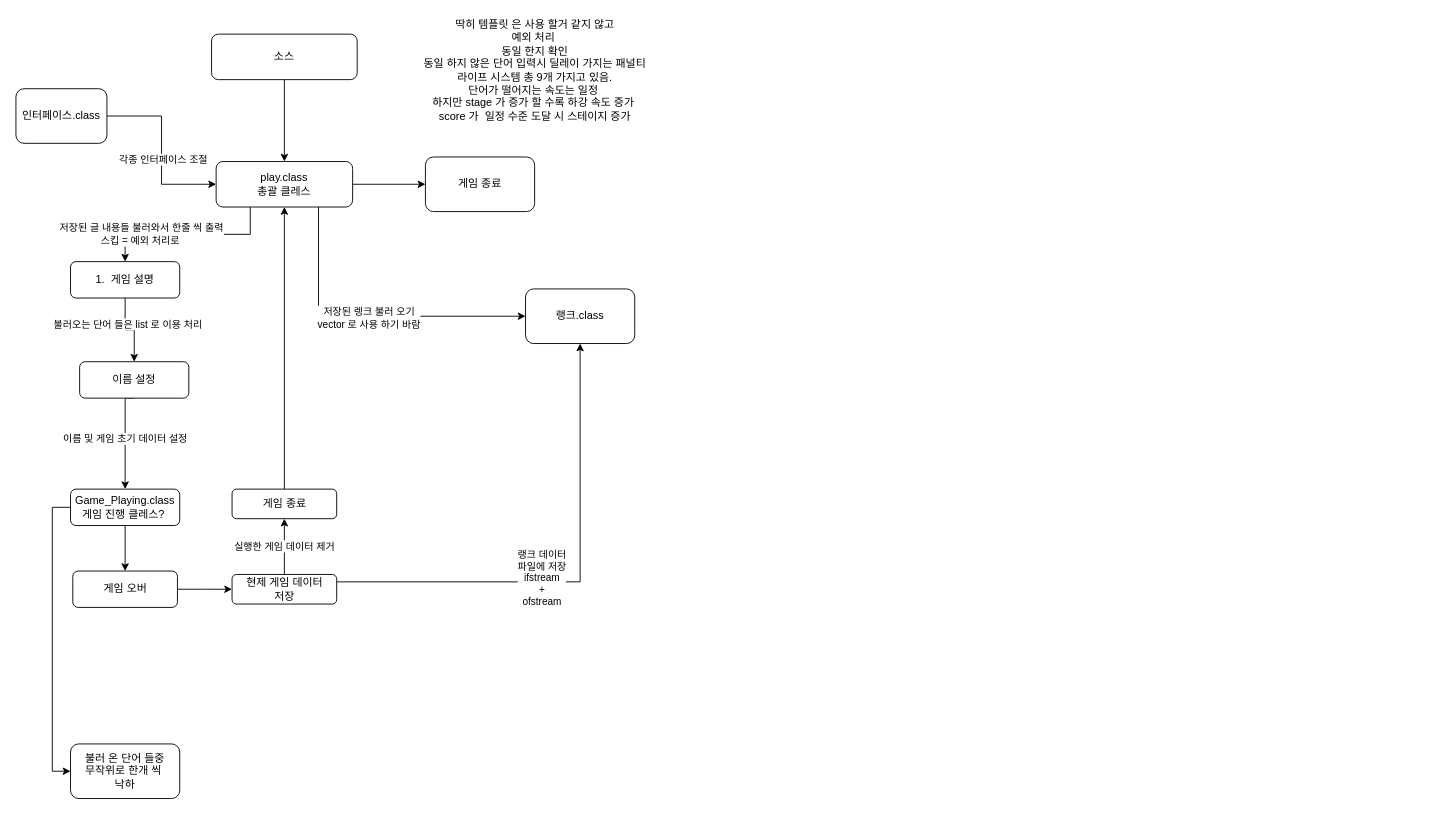
This is 학원으로 가져오기/asdf.drawio from ShinBoWon/Shin_Bo_Won, a draw.io file, before an edit. Source tidied: cells renumbered, new cells numbered last; positions are measured from the earlier drawing's top-left corner, leaving out a move shared by most shapes. Both pictures are drawn from the tidied source at 91%, with x=0, y=0 at pixel (15, 15).
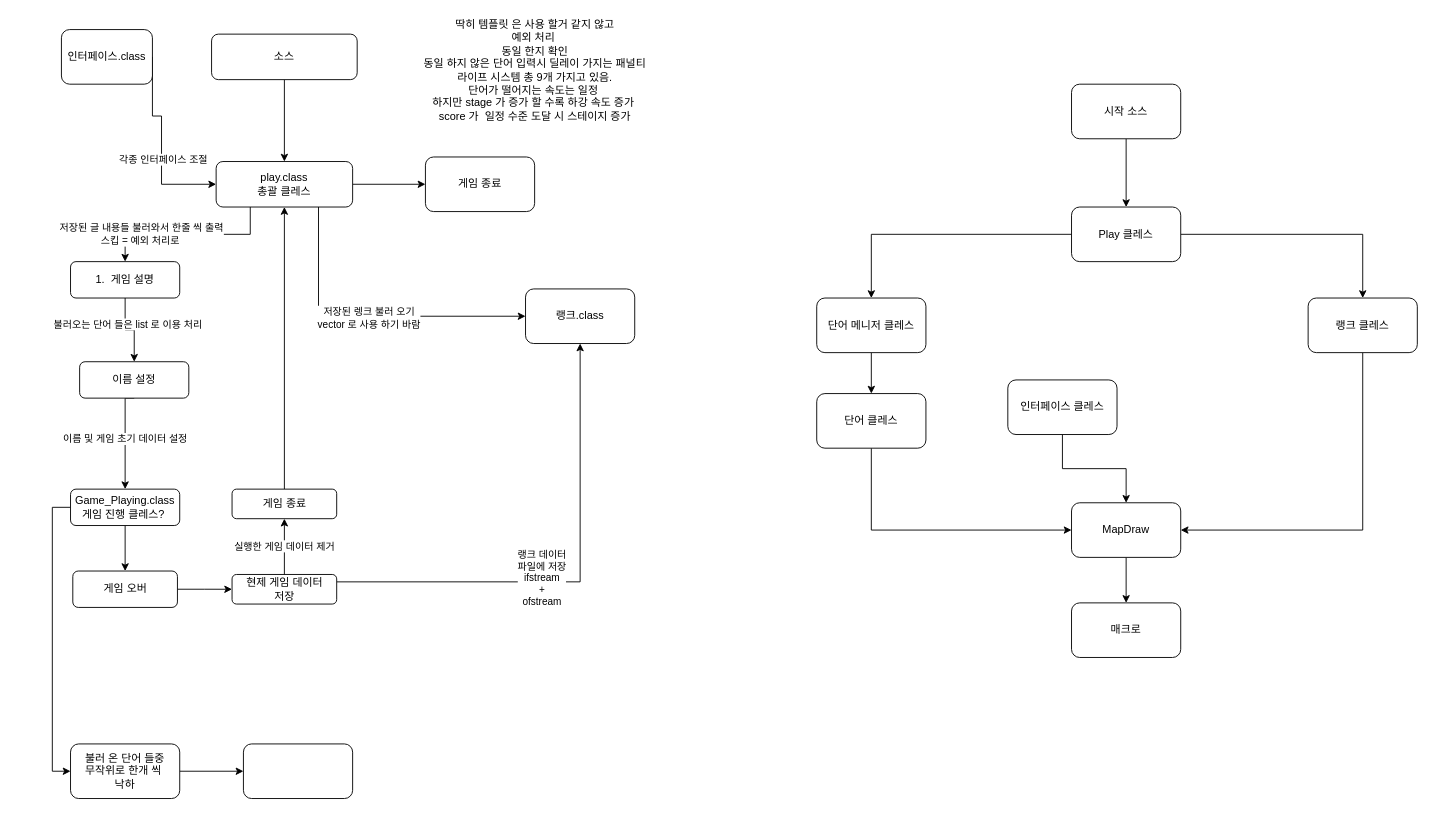
The same diagram, later.

The change refers to these unchanged cells:
```xml
<mxCell id="32" value="불러 온 단어 들중&lt;br&gt;무작위로 한개 씩&amp;nbsp;&lt;br&gt;낙하" style="rounded=1;whiteSpace=wrap;html=1;" parent="1" vertex="1">
  <mxGeometry x="60" y="800" width="120" height="60" as="geometry" />
</mxCell>
```

Diff of the diagram source:
```diff
@@
     <mxCell id="14" value="인터페이스.class" style="rounded=1;whiteSpace=wrap;html=1;" parent="1" vertex="1">
-      <mxGeometry y="80" width="100" height="60" as="geometry" />
+      <mxGeometry x="50" y="15" width="100" height="60" as="geometry" />
     </mxCell>
@@
+    <mxCell id="33" style="edgeStyle=orthogonalEdgeStyle;rounded=0;jettySize=auto;html=1;exitX=1;exitY=0.5;exitDx=0;exitDy=0;entryX=0;entryY=0.5;entryDx=0;entryDy=0;" parent="1" edge="1" source="32" target="34">
+      <mxGeometry relative="1" as="geometry" />
+    </mxCell>
@@
+    <mxCell id="34" style="rounded=1;whiteSpace=wrap;html=1;" parent="1" vertex="1">
+      <mxGeometry x="250" y="800" width="120" height="60" as="geometry" />
+    </mxCell>
+    <mxCell id="35" style="edgeStyle=orthogonalEdgeStyle;rounded=0;jettySize=auto;html=1;exitX=1;exitY=0.5;exitDx=0;exitDy=0;entryX=0.5;entryY=0;entryDx=0;entryDy=0;" parent="1" edge="1" source="37" target="43">
+      <mxGeometry relative="1" as="geometry" />
+    </mxCell>
+    <mxCell id="36" style="edgeStyle=orthogonalEdgeStyle;rounded=0;jettySize=auto;html=1;exitX=0;exitY=0.5;exitDx=0;exitDy=0;" parent="1" edge="1" source="37" target="39">
+      <mxGeometry relative="1" as="geometry" />
+    </mxCell>
+    <mxCell id="37" value="Play 클레스" style="rounded=1;whiteSpace=wrap;html=1;" parent="1" vertex="1">
+      <mxGeometry x="1160" y="210" width="120" height="60" as="geometry" />
+    </mxCell>
+    <mxCell id="38" style="edgeStyle=orthogonalEdgeStyle;rounded=0;jettySize=auto;html=1;exitX=0.5;exitY=1;exitDx=0;exitDy=0;entryX=0.5;entryY=0;entryDx=0;entryDy=0;" parent="1" edge="1" source="39" target="45">
+      <mxGeometry relative="1" as="geometry" />
+    </mxCell>
+    <mxCell id="39" value="단어 메니저 클레스" style="rounded=1;whiteSpace=wrap;html=1;" parent="1" vertex="1">
+      <mxGeometry x="880" y="310" width="120" height="60" as="geometry" />
+    </mxCell>
+    <mxCell id="40" style="edgeStyle=orthogonalEdgeStyle;rounded=0;jettySize=auto;html=1;exitX=0.5;exitY=1;exitDx=0;exitDy=0;entryX=0.5;entryY=0;entryDx=0;entryDy=0;" parent="1" edge="1" source="41" target="47">
+      <mxGeometry relative="1" as="geometry" />
+    </mxCell>
+    <mxCell id="41" value="인터페이스 클레스" style="rounded=1;whiteSpace=wrap;html=1;" parent="1" vertex="1">
+      <mxGeometry x="1090" y="400" width="120" height="60" as="geometry" />
+    </mxCell>
+    <mxCell id="42" style="edgeStyle=orthogonalEdgeStyle;rounded=0;jettySize=auto;html=1;exitX=0.5;exitY=1;exitDx=0;exitDy=0;entryX=1;entryY=0.5;entryDx=0;entryDy=0;" parent="1" edge="1" source="43" target="47">
+      <mxGeometry relative="1" as="geometry" />
+    </mxCell>
+    <mxCell id="43" value="랭크 클레스" style="rounded=1;whiteSpace=wrap;html=1;" parent="1" vertex="1">
+      <mxGeometry x="1420" y="310" width="120" height="60" as="geometry" />
+    </mxCell>
+    <mxCell id="44" style="edgeStyle=orthogonalEdgeStyle;rounded=0;jettySize=auto;html=1;exitX=0.5;exitY=1;exitDx=0;exitDy=0;entryX=0;entryY=0.5;entryDx=0;entryDy=0;" parent="1" edge="1" source="45" target="47">
+      <mxGeometry relative="1" as="geometry" />
+    </mxCell>
+    <mxCell id="45" value="단어 클레스" style="rounded=1;whiteSpace=wrap;html=1;" parent="1" vertex="1">
+      <mxGeometry x="880" y="415" width="120" height="60" as="geometry" />
+    </mxCell>
+    <mxCell id="46" style="edgeStyle=orthogonalEdgeStyle;rounded=0;jettySize=auto;html=1;exitX=0.5;exitY=1;exitDx=0;exitDy=0;entryX=0.5;entryY=0;entryDx=0;entryDy=0;" parent="1" edge="1" source="47" target="48">
+      <mxGeometry relative="1" as="geometry" />
+    </mxCell>
+    <mxCell id="47" value="MapDraw" style="rounded=1;whiteSpace=wrap;html=1;" parent="1" vertex="1">
+      <mxGeometry x="1160" y="535" width="120" height="60" as="geometry" />
+    </mxCell>
+    <mxCell id="48" value="매크로" style="rounded=1;whiteSpace=wrap;html=1;" parent="1" vertex="1">
+      <mxGeometry x="1160" y="645" width="120" height="60" as="geometry" />
+    </mxCell>
+    <mxCell id="49" style="edgeStyle=orthogonalEdgeStyle;rounded=0;jettySize=auto;html=1;exitX=0.5;exitY=1;exitDx=0;exitDy=0;entryX=0.5;entryY=0;entryDx=0;entryDy=0;" parent="1" edge="1" source="50" target="37">
+      <mxGeometry relative="1" as="geometry" />
+    </mxCell>
+    <mxCell id="50" value="시작 소스" style="rounded=1;whiteSpace=wrap;html=1;" parent="1" vertex="1">
+      <mxGeometry x="1160" y="75" width="120" height="60" as="geometry" />
+    </mxCell>
```
